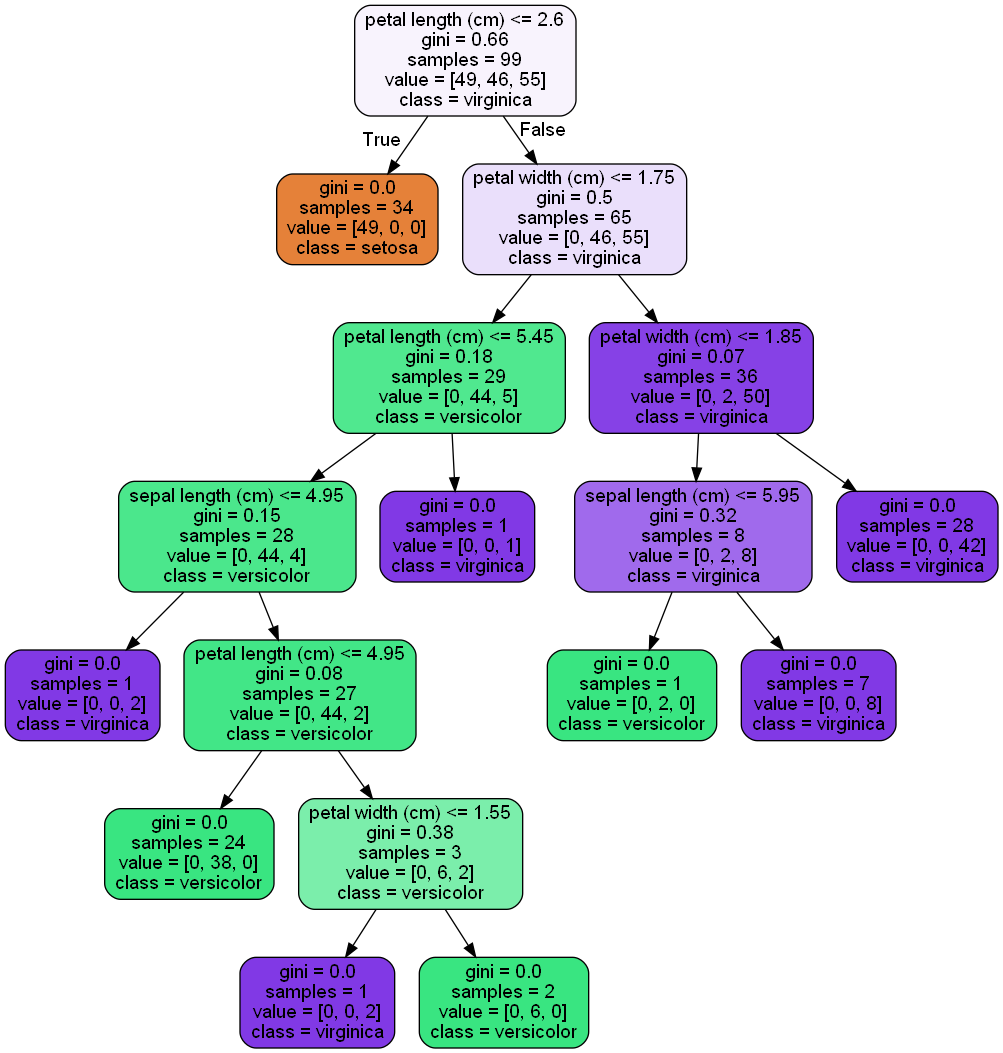
Earlier version of the Graphviz export Cases Studies/RandomForest Covid Case Study_06302020/tree.dot.png (tc18fwd/SpringBoard). Its source is kept beside it as Cases Studies/RandomForest Covid Case Study_06302020/tree.dot.
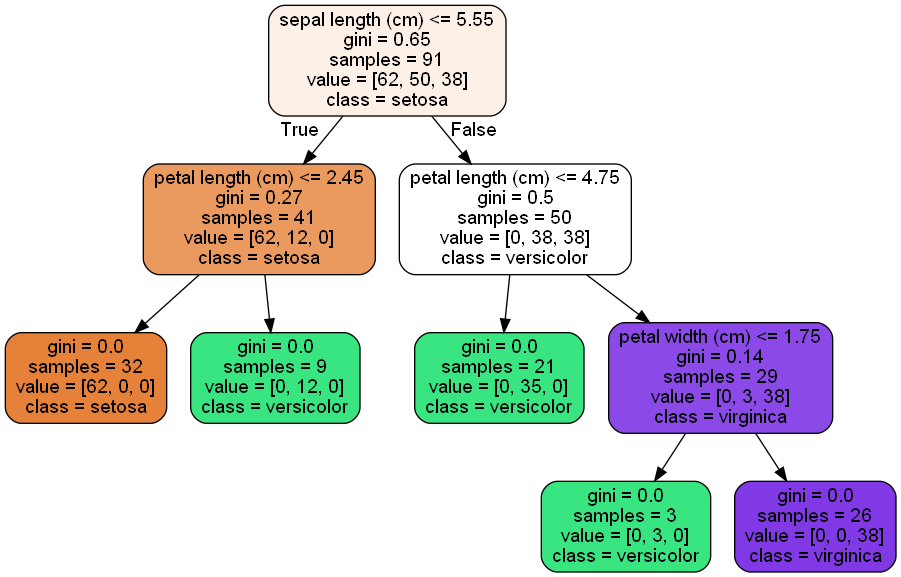
Above is the later version.

Change to the diagram source:
```diff
@@ -1,37 +1,21 @@
 digraph Tree {
 node [shape=box, style="filled, rounded", color="black", fontname=helvetica] ;
 edge [fontname=helvetica] ;
-0 [label="petal length (cm) <= 2.6\ngini = 0.66\nsamples = 99\nvalue = [49, 46, 55]\nclass = virginica", fillcolor="#f8f3fd"] ;
-1 [label="gini = 0.0\nsamples = 34\nvalue = [49, 0, 0]\nclass = setosa", fillcolor="#e58139"] ;
+0 [label="sepal length (cm) <= 5.55\ngini = 0.65\nsamples = 91\nvalue = [62, 50, 38]\nclass = setosa", fillcolor="#fcf0e7"] ;
+1 [label="petal length (cm) <= 2.45\ngini = 0.27\nsamples = 41\nvalue = [62, 12, 0]\nclass = setosa", fillcolor="#ea995f"] ;
 0 -> 1 [labeldistance=2.5, labelangle=45, headlabel="True"] ;
-2 [label="petal width (cm) <= 1.75\ngini = 0.5\nsamples = 65\nvalue = [0, 46, 55]\nclass = virginica", fillcolor="#eadffb"] ;
-0 -> 2 [labeldistance=2.5, labelangle=-45, headlabel="False"] ;
-3 [label="petal length (cm) <= 5.45\ngini = 0.18\nsamples = 29\nvalue = [0, 44, 5]\nclass = versicolor", fillcolor="#50e88f"] ;
-2 -> 3 ;
-4 [label="sepal length (cm) <= 4.95\ngini = 0.15\nsamples = 28\nvalue = [0, 44, 4]\nclass = versicolor", fillcolor="#4be78c"] ;
-3 -> 4 ;
-5 [label="gini = 0.0\nsamples = 1\nvalue = [0, 0, 2]\nclass = virginica", fillcolor="#8139e5"] ;
+2 [label="gini = 0.0\nsamples = 32\nvalue = [62, 0, 0]\nclass = setosa", fillcolor="#e58139"] ;
+1 -> 2 ;
+3 [label="gini = 0.0\nsamples = 9\nvalue = [0, 12, 0]\nclass = versicolor", fillcolor="#39e581"] ;
+1 -> 3 ;
+4 [label="petal length (cm) <= 4.75\ngini = 0.5\nsamples = 50\nvalue = [0, 38, 38]\nclass = versicolor", fillcolor="#ffffff"] ;
+0 -> 4 [labeldistance=2.5, labelangle=-45, headlabel="False"] ;
+5 [label="gini = 0.0\nsamples = 21\nvalue = [0, 35, 0]\nclass = versicolor", fillcolor="#39e581"] ;
 4 -> 5 ;
-6 [label="petal length (cm) <= 4.95\ngini = 0.08\nsamples = 27\nvalue = [0, 44, 2]\nclass = versicolor", fillcolor="#42e687"] ;
+6 [label="petal width (cm) <= 1.75\ngini = 0.14\nsamples = 29\nvalue = [0, 3, 38]\nclass = virginica", fillcolor="#8b49e7"] ;
 4 -> 6 ;
-7 [label="gini = 0.0\nsamples = 24\nvalue = [0, 38, 0]\nclass = versicolor", fillcolor="#39e581"] ;
+7 [label="gini = 0.0\nsamples = 3\nvalue = [0, 3, 0]\nclass = versicolor", fillcolor="#39e581"] ;
 6 -> 7 ;
-8 [label="petal width (cm) <= 1.55\ngini = 0.38\nsamples = 3\nvalue = [0, 6, 2]\nclass = versicolor", fillcolor="#7beeab"] ;
+8 [label="gini = 0.0\nsamples = 26\nvalue = [0, 0, 38]\nclass = virginica", fillcolor="#8139e5"] ;
 6 -> 8 ;
-9 [label="gini = 0.0\nsamples = 1\nvalue = [0, 0, 2]\nclass = virginica", fillcolor="#8139e5"] ;
-8 -> 9 ;
-10 [label="gini = 0.0\nsamples = 2\nvalue = [0, 6, 0]\nclass = versicolor", fillcolor="#39e581"] ;
-8 -> 10 ;
-11 [label="gini = 0.0\nsamples = 1\nvalue = [0, 0, 1]\nclass = virginica", fillcolor="#8139e5"] ;
-3 -> 11 ;
-12 [label="petal width (cm) <= 1.85\ngini = 0.07\nsamples = 36\nvalue = [0, 2, 50]\nclass = virginica", fillcolor="#8641e6"] ;
-2 -> 12 ;
-13 [label="sepal length (cm) <= 5.95\ngini = 0.32\nsamples = 8\nvalue = [0, 2, 8]\nclass = virginica", fillcolor="#a06aec"] ;
-12 -> 13 ;
-14 [label="gini = 0.0\nsamples = 1\nvalue = [0, 2, 0]\nclass = versicolor", fillcolor="#39e581"] ;
-13 -> 14 ;
-15 [label="gini = 0.0\nsamples = 7\nvalue = [0, 0, 8]\nclass = virginica", fillcolor="#8139e5"] ;
-13 -> 15 ;
-16 [label="gini = 0.0\nsamples = 28\nvalue = [0, 0, 42]\nclass = virginica", fillcolor="#8139e5"] ;
-12 -> 16 ;
 }
```
